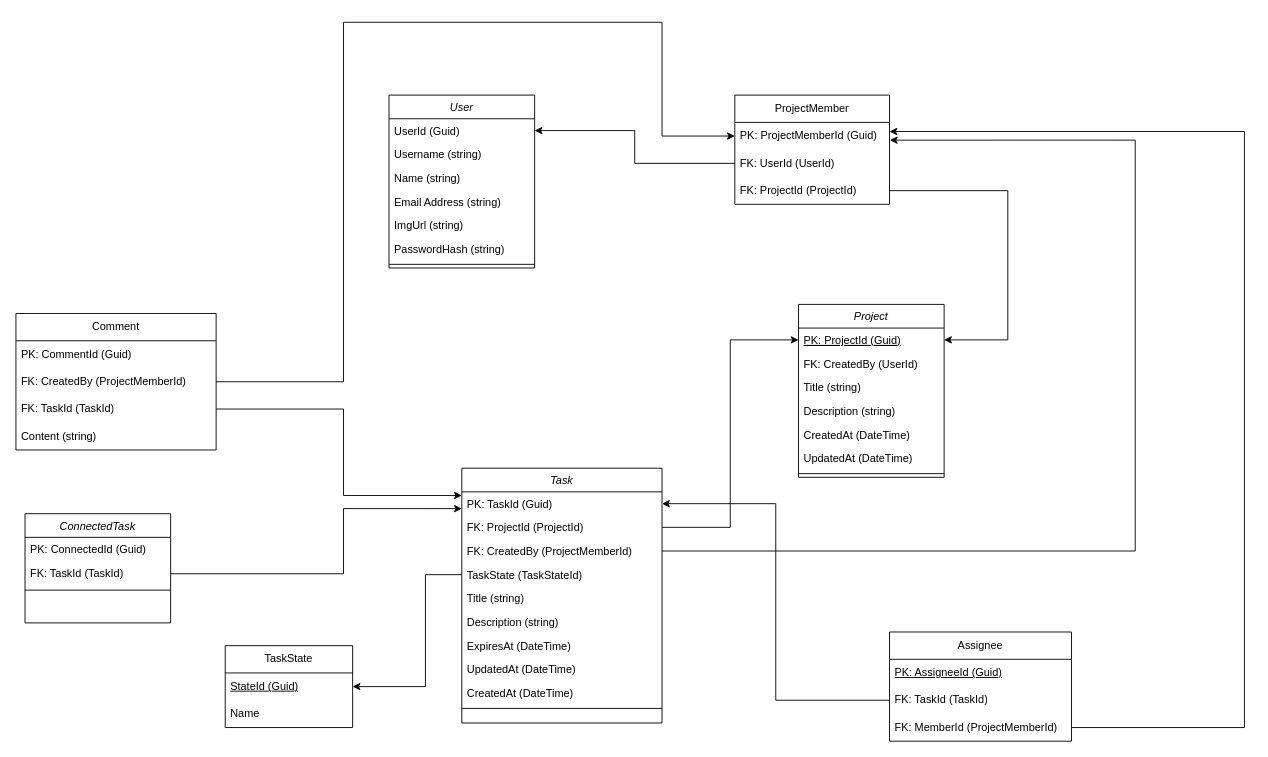
Earlier version of the draw.io diagram task_gear_schema.drawio (EMINBARI/TaskGear). Source tidied: cells renumbered, new cells numbered last; positions are measured from the earlier drawing's top-left corner, leaving out a move shared by most shapes. Both pictures are drawn from the tidied source at 91%, with x=0, y=0 at pixel (15, 22).
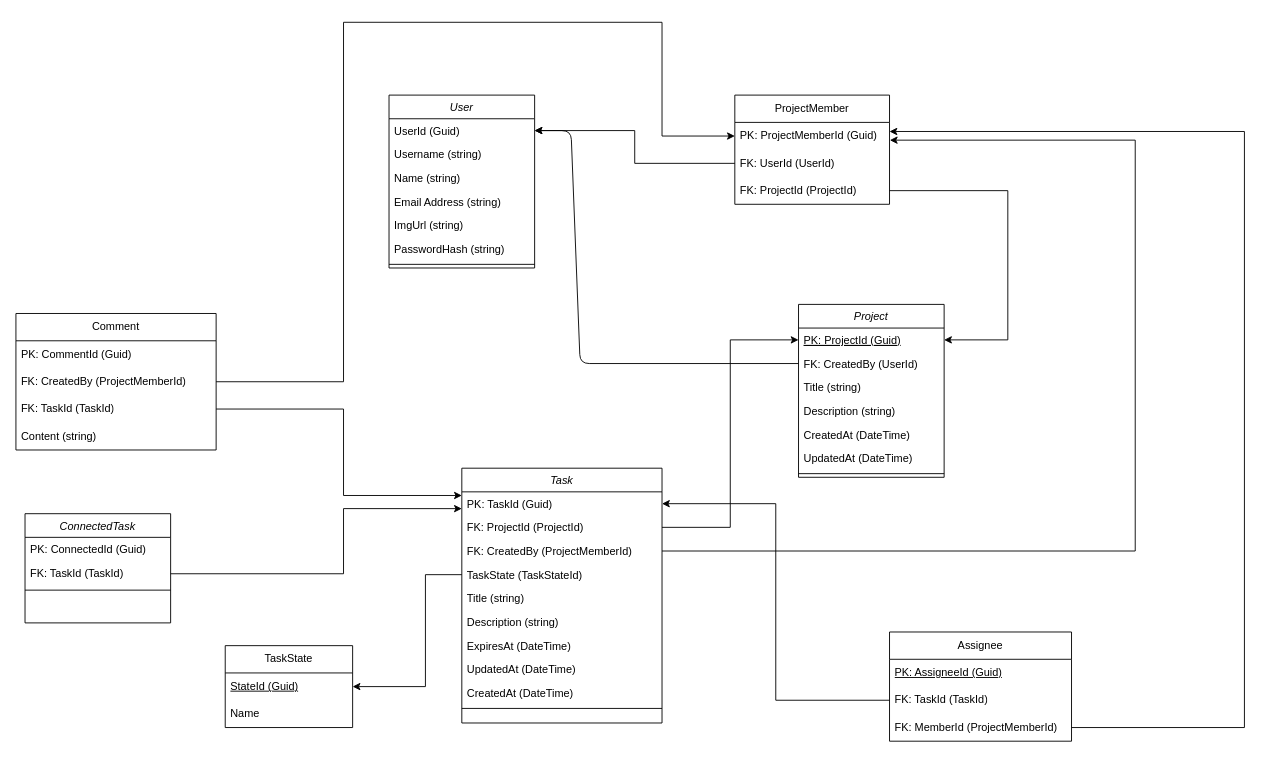
After the change.

Commit message (it also covers changes not shown here):
Add Project Task end-points

The change refers to these unchanged cells:
```xml
<mxCell id="3" value="UserId (Guid)" style="text;align=left;verticalAlign=top;spacingLeft=4;spacingRight=4;overflow=hidden;points=[[0,0.5],[1,0.5]];portConstraint=eastwest;" parent="2" vertex="1">
  <mxGeometry y="26" width="160" height="26" as="geometry" />
</mxCell>
<mxCell id="12" value="FK: CreatedBy (UserId)" style="text;align=left;verticalAlign=top;spacingLeft=4;spacingRight=4;overflow=hidden;points=[[0,0.5],[1,0.5]];portConstraint=eastwest;rounded=0;shadow=0;html=0;" parent="10" vertex="1">
  <mxGeometry y="52" width="160" height="26" as="geometry" />
</mxCell>
```

Diff of the diagram source:
```diff
@@
+    <mxCell id="59" style="edgeStyle=none;html=1;entryX=1;entryY=0.5;entryDx=0;entryDy=0;exitX=0;exitY=0.5;exitDx=0;exitDy=0;" parent="1" edge="1" source="12" target="3">
+      <mxGeometry relative="1" as="geometry">
+        <Array as="points">
+          <mxPoint x="620" y="375" />
+          <mxPoint x="610" y="119" />
+        </Array>
+      </mxGeometry>
+    </mxCell>
```
